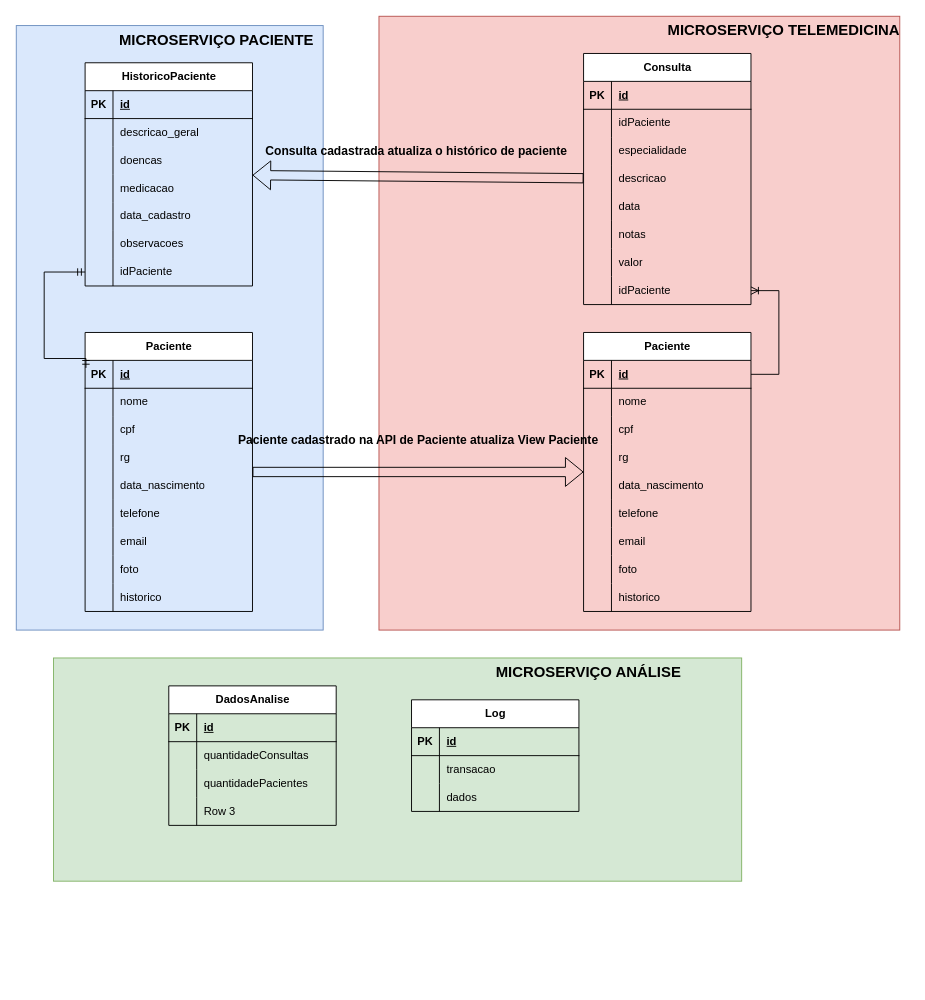
Above: Projeto.drawio in Viniart/GlobalSolution_Hapvida (draw.io), before the change. Source tidied: cells renumbered, new cells numbered last; positions are measured from the earlier drawing's top-left corner, leaving out a move shared by most shapes. Both pictures are drawn from the tidied source at 93%, with x=0, y=0 at pixel (16, 16).
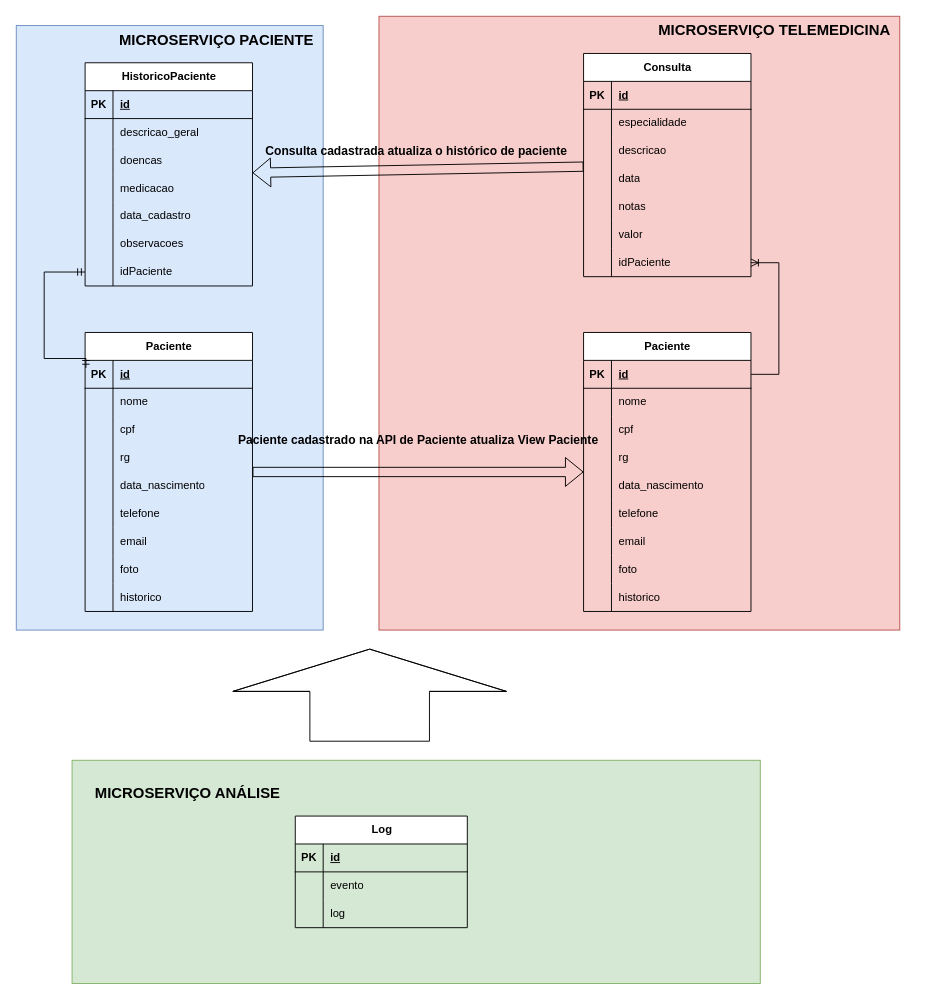
After the change.

Commit message (it also covers changes not shown here):
Projeto versão 1.0

The edit, as a diff of the source:
```diff
@@
     <mxCell id="32" value="Consulta" style="shape=table;startSize=30;childLayout=tableLayout;rowLines=0;fontStyle=1;align=center;html=1;" parent="1" vertex="1">
-      <mxGeometry x="610" y="40" width="180" height="270" as="geometry" />
+      <mxGeometry x="610" y="40" width="180" height="240" as="geometry" />
     </mxCell>
@@
-    <mxCell id="36" style="shape=tableRow;horizontal=0;startSize=0;swimlaneHead=0;swimlaneBody=0;fillColor=none;top=0;left=0;right=0;bottom=0;" parent="32" vertex="1">
-      <mxGeometry y="60" width="180" height="30" as="geometry" />
-    </mxCell>
-    <mxCell id="37" style="shape=partialRectangle;fillColor=none;top=0;left=0;bottom=0;right=0;overflow=hidden;whiteSpace=wrap;html=1;" parent="36" vertex="1">
-      <mxGeometry width="30" height="30" as="geometry" />
-    </mxCell>
-    <mxCell id="38" value="idPaciente" style="shape=partialRectangle;fillColor=none;top=0;left=0;bottom=0;right=0;align=left;spacingLeft=6;overflow=hidden;whiteSpace=wrap;html=1;" parent="36" vertex="1">
-      <mxGeometry x="30" width="150" height="30" as="geometry" />
-    </mxCell>
     <mxCell id="39" style="shape=tableRow;horizontal=0;startSize=0;swimlaneHead=0;swimlaneBody=0;fillColor=none;top=0;left=0;right=0;bottom=0;" parent="32" vertex="1">
-      <mxGeometry y="90" width="180" height="30" as="geometry" />
+      <mxGeometry y="60" width="180" height="30" as="geometry" />
     </mxCell>
@@
     <mxCell id="42" style="shape=tableRow;horizontal=0;startSize=0;swimlaneHead=0;swimlaneBody=0;fillColor=none;top=0;left=0;right=0;bottom=0;" parent="32" vertex="1">
-      <mxGeometry y="120" width="180" height="30" as="geometry" />
+      <mxGeometry y="90" width="180" height="30" as="geometry" />
     </mxCell>
@@
     <mxCell id="45" style="shape=tableRow;horizontal=0;startSize=0;swimlaneHead=0;swimlaneBody=0;fillColor=none;top=0;left=0;right=0;bottom=0;" parent="32" vertex="1">
-      <mxGeometry y="150" width="180" height="30" as="geometry" />
+      <mxGeometry y="120" width="180" height="30" as="geometry" />
     </mxCell>
@@
     <mxCell id="48" style="shape=tableRow;horizontal=0;startSize=0;swimlaneHead=0;swimlaneBody=0;fillColor=none;top=0;left=0;right=0;bottom=0;" parent="32" vertex="1">
-      <mxGeometry y="180" width="180" height="30" as="geometry" />
+      <mxGeometry y="150" width="180" height="30" as="geometry" />
     </mxCell>
@@
     <mxCell id="51" style="shape=tableRow;horizontal=0;startSize=0;swimlaneHead=0;swimlaneBody=0;fillColor=none;top=0;left=0;right=0;bottom=0;" parent="32" vertex="1">
-      <mxGeometry y="210" width="180" height="30" as="geometry" />
+      <mxGeometry y="180" width="180" height="30" as="geometry" />
     </mxCell>
@@
     <mxCell id="54" style="shape=tableRow;horizontal=0;startSize=0;swimlaneHead=0;swimlaneBody=0;fillColor=none;points=[[0,0.5],[1,0.5]];portConstraint=eastwest;top=0;left=0;right=0;bottom=0;" parent="32" vertex="1">
-      <mxGeometry y="240" width="180" height="30" as="geometry" />
+      <mxGeometry y="210" width="180" height="30" as="geometry" />
     </mxCell>
@@
     <mxCell id="81" value="MICROSERVIÇO TELEMEDICINA" style="text;html=1;align=center;verticalAlign=middle;strokeColor=none;fillColor=none;fontSize=16;fontStyle=1;" parent="1" vertex="1">
-      <mxGeometry x="690" width="270" height="30" as="geometry" />
+      <mxGeometry x="680" width="270" height="30" as="geometry" />
     </mxCell>
     <mxCell id="82" style="rounded=0;whiteSpace=wrap;html=1;fillColor=#d5e8d4;strokeColor=#82b366;" parent="1" vertex="1">
-      <mxGeometry x="40" y="690" width="740" height="240" as="geometry" />
+      <mxGeometry x="60" y="800" width="740" height="240" as="geometry" />
     </mxCell>
     <mxCell id="83" value="MICROSERVIÇO ANÁLISE" style="text;html=1;align=center;verticalAlign=middle;strokeColor=none;fillColor=none;fontSize=16;fontStyle=1;" parent="1" vertex="1">
-      <mxGeometry x="505" y="690" width="220" height="30" as="geometry" />
+      <mxGeometry x="74" y="820" width="220" height="30" as="geometry" />
     </mxCell>
@@
-    <mxCell id="117" value="DadosAnalise" style="shape=table;startSize=30;childLayout=tableLayout;rowLines=0;fontStyle=1;align=center;html=1;" parent="1" vertex="1">
-      <mxGeometry x="164" y="720" width="180" height="150" as="geometry" />
-    </mxCell>
-    <mxCell id="118" style="shape=tableRow;horizontal=0;startSize=0;swimlaneHead=0;swimlaneBody=0;fillColor=none;top=0;left=0;right=0;bottom=1;" parent="117" vertex="1">
-      <mxGeometry y="30" width="180" height="30" as="geometry" />
-    </mxCell>
-    <mxCell id="119" value="PK" style="shape=partialRectangle;fillColor=none;top=0;left=0;bottom=0;right=0;fontStyle=1;overflow=hidden;whiteSpace=wrap;html=1;" parent="118" vertex="1">
-      <mxGeometry width="30" height="30" as="geometry" />
-    </mxCell>
-    <mxCell id="120" value="id" style="shape=partialRectangle;fillColor=none;top=0;left=0;bottom=0;right=0;align=left;spacingLeft=6;fontStyle=5;overflow=hidden;whiteSpace=wrap;html=1;" parent="118" vertex="1">
-      <mxGeometry x="30" width="150" height="30" as="geometry" />
-    </mxCell>
-    <mxCell id="121" style="shape=tableRow;horizontal=0;startSize=0;swimlaneHead=0;swimlaneBody=0;fillColor=none;top=0;left=0;right=0;bottom=0;" parent="117" vertex="1">
-      <mxGeometry y="60" width="180" height="30" as="geometry" />
-    </mxCell>
-    <mxCell id="122" style="shape=partialRectangle;fillColor=none;top=0;left=0;bottom=0;right=0;overflow=hidden;whiteSpace=wrap;html=1;" parent="121" vertex="1">
-      <mxGeometry width="30" height="30" as="geometry" />
-    </mxCell>
-    <mxCell id="123" value="quantidadeConsultas" style="shape=partialRectangle;fillColor=none;top=0;left=0;bottom=0;right=0;align=left;spacingLeft=6;overflow=hidden;whiteSpace=wrap;html=1;" parent="121" vertex="1">
-      <mxGeometry x="30" width="150" height="30" as="geometry" />
-    </mxCell>
-    <mxCell id="124" style="shape=tableRow;horizontal=0;startSize=0;swimlaneHead=0;swimlaneBody=0;fillColor=none;top=0;left=0;right=0;bottom=0;" parent="117" vertex="1">
-      <mxGeometry y="90" width="180" height="30" as="geometry" />
-    </mxCell>
-    <mxCell id="125" style="shape=partialRectangle;fillColor=none;top=0;left=0;bottom=0;right=0;overflow=hidden;whiteSpace=wrap;html=1;" parent="124" vertex="1">
-      <mxGeometry width="30" height="30" as="geometry" />
-    </mxCell>
-    <mxCell id="126" value="quantidadePacientes" style="shape=partialRectangle;fillColor=none;top=0;left=0;bottom=0;right=0;align=left;spacingLeft=6;overflow=hidden;whiteSpace=wrap;html=1;" parent="124" vertex="1">
-      <mxGeometry x="30" width="150" height="30" as="geometry" />
-    </mxCell>
-    <mxCell id="127" style="shape=tableRow;horizontal=0;startSize=0;swimlaneHead=0;swimlaneBody=0;fillColor=none;top=0;left=0;right=0;bottom=0;" parent="117" vertex="1">
-      <mxGeometry y="120" width="180" height="30" as="geometry" />
-    </mxCell>
-    <mxCell id="128" style="shape=partialRectangle;fillColor=none;top=0;left=0;bottom=0;right=0;overflow=hidden;whiteSpace=wrap;html=1;" parent="127" vertex="1">
-      <mxGeometry width="30" height="30" as="geometry" />
-    </mxCell>
-    <mxCell id="129" value="Row 3" style="shape=partialRectangle;fillColor=none;top=0;left=0;bottom=0;right=0;align=left;spacingLeft=6;overflow=hidden;whiteSpace=wrap;html=1;" parent="127" vertex="1">
-      <mxGeometry x="30" width="150" height="30" as="geometry" />
-    </mxCell>
     <mxCell id="130" value="Log" style="shape=table;startSize=30;childLayout=tableLayout;rowLines=0;fontStyle=1;align=center;html=1;" parent="1" vertex="1">
-      <mxGeometry x="425" y="735" width="180" height="120" as="geometry" />
+      <mxGeometry x="300" y="860" width="185" height="120" as="geometry" />
     </mxCell>
     <mxCell id="131" style="shape=tableRow;horizontal=0;startSize=0;swimlaneHead=0;swimlaneBody=0;fillColor=none;top=0;left=0;right=0;bottom=1;" parent="130" vertex="1">
-      <mxGeometry y="30" width="180" height="30" as="geometry" />
+      <mxGeometry y="30" width="185" height="30" as="geometry" />
     </mxCell>
@@
     <mxCell id="133" value="id" style="shape=partialRectangle;fillColor=none;top=0;left=0;bottom=0;right=0;align=left;spacingLeft=6;fontStyle=5;overflow=hidden;whiteSpace=wrap;html=1;" parent="131" vertex="1">
-      <mxGeometry x="30" width="150" height="30" as="geometry" />
+      <mxGeometry x="30" width="155" height="30" as="geometry" />
     </mxCell>
     <mxCell id="134" style="shape=tableRow;horizontal=0;startSize=0;swimlaneHead=0;swimlaneBody=0;fillColor=none;top=0;left=0;right=0;bottom=0;" parent="130" vertex="1">
-      <mxGeometry y="60" width="180" height="30" as="geometry" />
+      <mxGeometry y="60" width="185" height="30" as="geometry" />
     </mxCell>
@@
-    <mxCell id="136" value="transacao" style="shape=partialRectangle;fillColor=none;top=0;left=0;bottom=0;right=0;align=left;spacingLeft=6;overflow=hidden;whiteSpace=wrap;html=1;" parent="134" vertex="1">
-      <mxGeometry x="30" width="150" height="30" as="geometry" />
+    <mxCell id="136" value="evento" style="shape=partialRectangle;fillColor=none;top=0;left=0;bottom=0;right=0;align=left;spacingLeft=6;overflow=hidden;whiteSpace=wrap;html=1;" parent="134" vertex="1">
+      <mxGeometry x="30" width="155" height="30" as="geometry" />
     </mxCell>
     <mxCell id="137" style="shape=tableRow;horizontal=0;startSize=0;swimlaneHead=0;swimlaneBody=0;fillColor=none;top=0;left=0;right=0;bottom=0;" parent="130" vertex="1">
-      <mxGeometry y="90" width="180" height="30" as="geometry" />
+      <mxGeometry y="90" width="185" height="30" as="geometry" />
     </mxCell>
@@
-    <mxCell id="139" value="dados" style="shape=partialRectangle;fillColor=none;top=0;left=0;bottom=0;right=0;align=left;spacingLeft=6;overflow=hidden;whiteSpace=wrap;html=1;" parent="137" vertex="1">
-      <mxGeometry x="30" width="150" height="30" as="geometry" />
+    <mxCell id="139" value="log" style="shape=partialRectangle;fillColor=none;top=0;left=0;bottom=0;right=0;align=left;spacingLeft=6;overflow=hidden;whiteSpace=wrap;html=1;" parent="137" vertex="1">
+      <mxGeometry x="30" width="155" height="30" as="geometry" />
     </mxCell>
+    <mxCell id="140" style="shape=flexArrow;endArrow=classic;html=1;rounded=0;width=128.57142857142858;endSize=14.814285714285715;endWidth=164.63667820069205;" parent="1" edge="1">
+      <mxGeometry relative="1" as="geometry">
+        <mxPoint x="380" y="780" as="sourcePoint" />
+        <mxPoint x="380" y="680" as="targetPoint" />
+        <Array as="points">
+          <mxPoint x="380" y="760" />
+        </Array>
+      </mxGeometry>
+    </mxCell>
```
